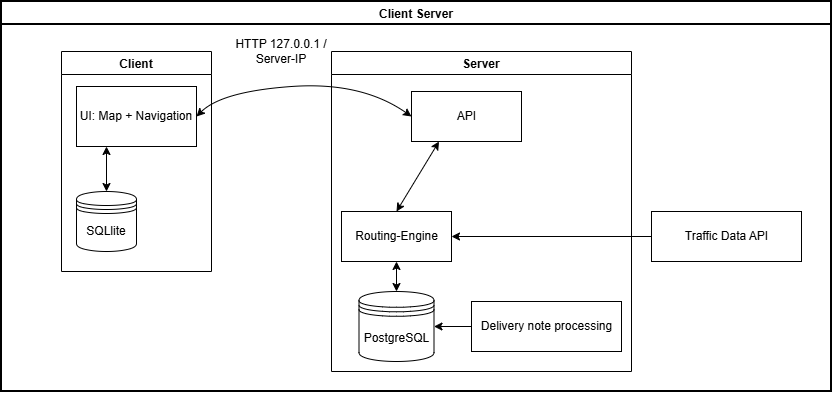
This is docs/architecture/data-architecture.drawio.png from gabrielbindi/VoBi-Tour, a draw.io export, as it was before one commit. Source tidied: cells renumbered, new cells last; positions are measured from the earlier drawing's top-left corner, leaving out a move shared by most shapes.
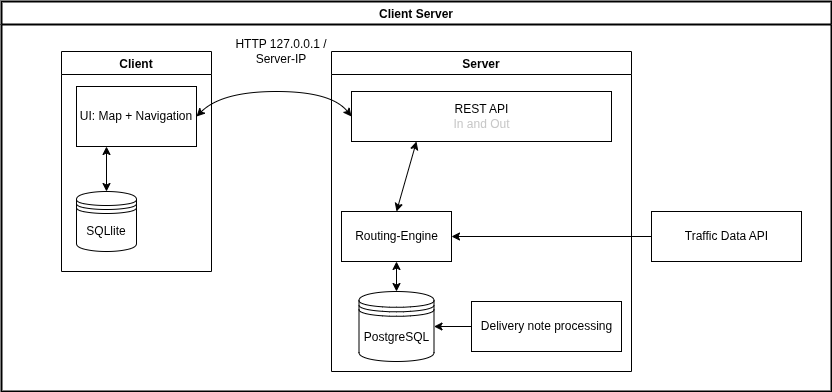
After the commit.

Commit message:
#18 Rename API to REST API

Change to the diagram source:
```diff
@@ -8,8 +8,8 @@
     <mxCell id="3" value="Server" style="swimlane;strokeColor=#000000;" parent="2" vertex="1">
       <mxGeometry x="330" y="50" width="300" height="320" as="geometry" />
     </mxCell>
-    <mxCell id="4" value="API" style="html=1;" parent="3" vertex="1">
-      <mxGeometry x="80" y="40" width="110" height="50" as="geometry" />
+    <mxCell id="4" value="REST API&lt;br&gt;&lt;font color=&quot;#c7c7c7&quot;&gt;In and Out&lt;/font&gt;" style="html=1;" parent="3" vertex="1">
+      <mxGeometry x="20" y="40" width="260" height="50" as="geometry" />
     </mxCell>
     <mxCell id="5" value="Routing-Engine" style="html=1;" parent="3" vertex="1">
       <mxGeometry x="10" y="160" width="110" height="50" as="geometry" />
@@ -44,7 +44,7 @@
     <mxCell id="15" style="curved=1;endArrow=classic;html=1;exitX=0;exitY=0.5;exitDx=0;exitDy=0;entryX=1;entryY=0.5;entryDx=0;entryDy=0;strokeColor=#000000;endFill=1;startArrow=classic;startFill=1;" parent="2" edge="1" source="4" target="12">
       <mxGeometry x="0.12" y="-7.13" relative="1" as="geometry">
         <Array as="points">
-          <mxPoint x="360" y="80" />
+          <mxPoint x="330" y="90" />
           <mxPoint x="220" y="90" />
         </Array>
       </mxGeometry>
```
